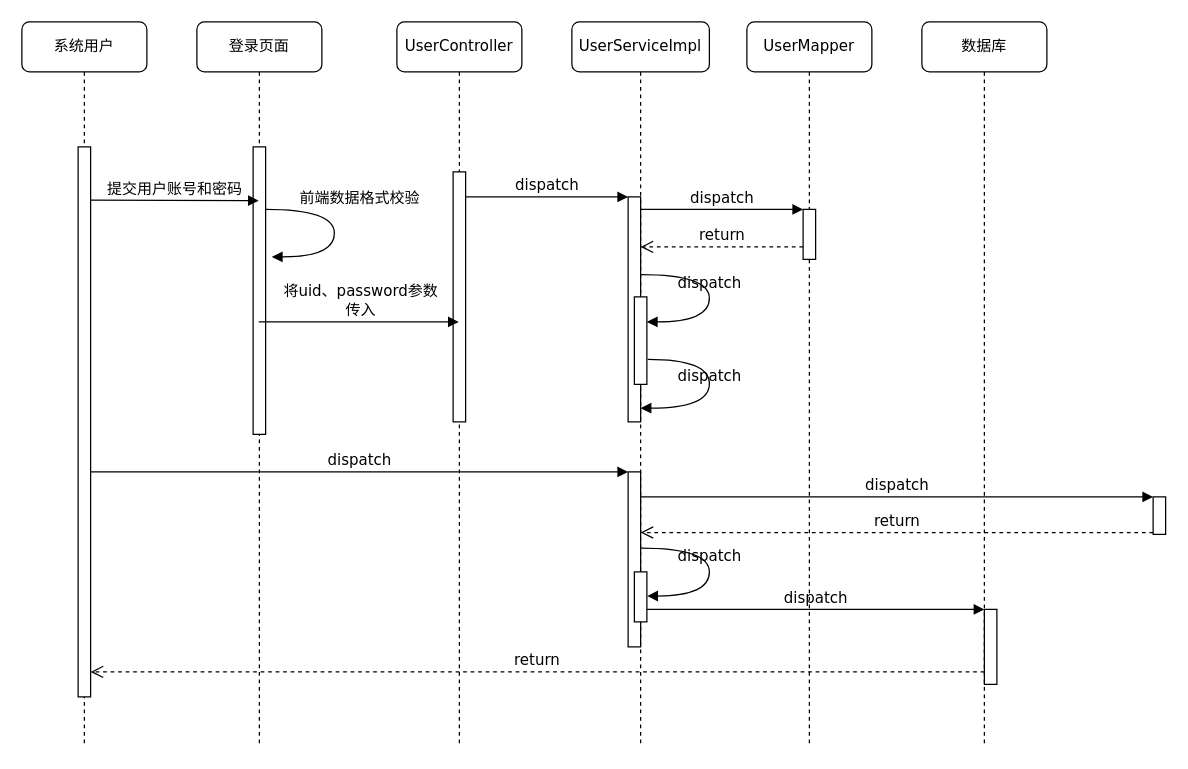
Above: 时序图.drawio in Gonod20s/Voice-Controlled-Robot (draw.io), before the change. Source tidied: cells renumbered, new cells numbered last; positions are measured from the earlier drawing's top-left corner, leaving out a move shared by most shapes. Both pictures are drawn from the tidied source at 125%, with x=0, y=0 at pixel (21, 21).
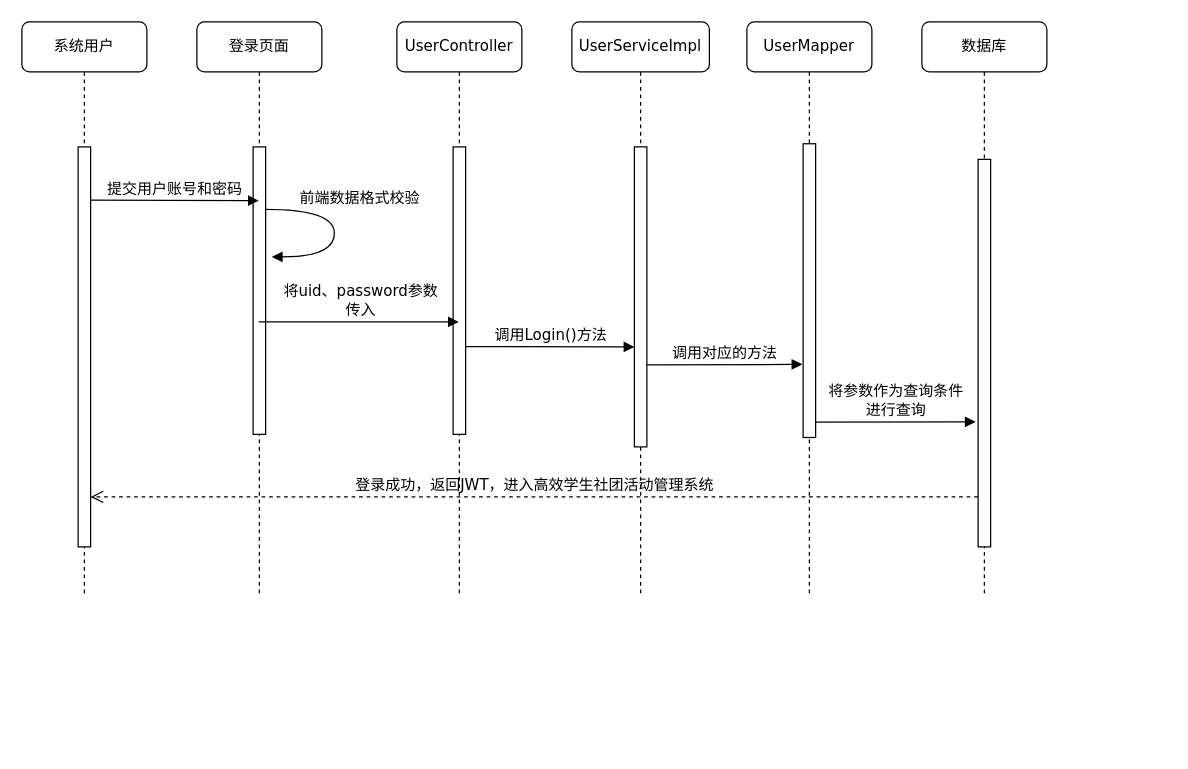
The same page after the edit.

Commit message:
更新时序图.drawio

Diff of the diagram source:
```diff
@@
     <mxCell id="2" value="登录页面" style="shape=umlLifeline;perimeter=lifelinePerimeter;whiteSpace=wrap;html=1;outlineConnect=0;rounded=1;shadow=0;comic=0;labelBackgroundColor=none;strokeWidth=1;fontFamily=Verdana;fontSize=12;align=center;" parent="1" vertex="1">
-      <mxGeometry x="140" width="100" height="580" as="geometry" />
+      <mxGeometry x="140" width="100" height="460" as="geometry" />
     </mxCell>
@@
     <mxCell id="6" value="UserController" style="shape=umlLifeline;perimeter=lifelinePerimeter;whiteSpace=wrap;html=1;outlineConnect=0;rounded=1;shadow=0;comic=0;labelBackgroundColor=none;strokeWidth=1;fontFamily=Verdana;fontSize=12;align=center;" parent="1" vertex="1">
-      <mxGeometry x="300" width="100" height="580" as="geometry" />
+      <mxGeometry x="300" width="100" height="460" as="geometry" />
     </mxCell>
     <mxCell id="7" style="html=1;points=[];perimeter=orthogonalPerimeter;rounded=0;shadow=0;comic=0;labelBackgroundColor=none;strokeWidth=1;fontFamily=Verdana;fontSize=12;align=center;" parent="6" vertex="1">
-      <mxGeometry x="45" y="120" width="10" height="200" as="geometry" />
+      <mxGeometry x="45" y="100" width="10" height="230" as="geometry" />
     </mxCell>
     <mxCell id="8" value="UserServiceImpl" style="shape=umlLifeline;perimeter=lifelinePerimeter;whiteSpace=wrap;html=1;rounded=1;shadow=0;comic=0;labelBackgroundColor=none;strokeWidth=1;fontFamily=Verdana;fontSize=12;align=center;" parent="1" vertex="1">
-      <mxGeometry x="440" width="110" height="580" as="geometry" />
+      <mxGeometry x="440" width="110" height="460" as="geometry" />
     </mxCell>
+    <mxCell id="13" style="html=1;points=[];perimeter=orthogonalPerimeter;rounded=0;shadow=0;comic=0;labelBackgroundColor=none;strokeWidth=1;fontFamily=Verdana;fontSize=12;align=center;" parent="8" vertex="1">
+      <mxGeometry x="50" y="100" width="10" height="240" as="geometry" />
+    </mxCell>
     <mxCell id="9" value="UserMapper" style="shape=umlLifeline;perimeter=lifelinePerimeter;whiteSpace=wrap;html=1;rounded=1;shadow=0;comic=0;labelBackgroundColor=none;strokeWidth=1;fontFamily=Verdana;fontSize=12;align=center;" parent="1" vertex="1">
-      <mxGeometry x="580" width="100" height="580" as="geometry" />
+      <mxGeometry x="580" width="100" height="460" as="geometry" />
     </mxCell>
+    <mxCell id="15" style="html=1;points=[];perimeter=orthogonalPerimeter;rounded=0;shadow=0;comic=0;labelBackgroundColor=none;strokeWidth=1;fontFamily=Verdana;fontSize=12;align=center;" parent="9" vertex="1">
+      <mxGeometry x="45" y="97.5" width="10" height="235" as="geometry" />
+    </mxCell>
     <mxCell id="10" value="数据库" style="shape=umlLifeline;perimeter=lifelinePerimeter;whiteSpace=wrap;html=1;rounded=1;shadow=0;comic=0;labelBackgroundColor=none;strokeWidth=1;fontFamily=Verdana;fontSize=12;align=center;" parent="1" vertex="1">
-      <mxGeometry x="720" width="100" height="580" as="geometry" />
+      <mxGeometry x="720" width="100" height="460" as="geometry" />
     </mxCell>
+    <mxCell id="32" value="将参数作为查询条件&lt;div&gt;进行查询&lt;/div&gt;" style="html=1;verticalAlign=bottom;endArrow=block;labelBackgroundColor=none;fontFamily=Verdana;fontSize=12;edgeStyle=elbowEdgeStyle;elbow=vertical;" parent="10" edge="1">
+      <mxGeometry relative="1" as="geometry">
+        <mxPoint x="-85" y="320.2" as="sourcePoint" />
+        <mxPoint x="43" y="320" as="targetPoint" />
+        <Array as="points">
+          <mxPoint x="-10" y="320" />
+        </Array>
+      </mxGeometry>
+    </mxCell>
+    <mxCell id="33" style="html=1;points=[];perimeter=orthogonalPerimeter;rounded=0;shadow=0;comic=0;labelBackgroundColor=none;strokeWidth=1;fontFamily=Verdana;fontSize=12;align=center;" parent="10" vertex="1">
+      <mxGeometry x="45" y="110" width="10" height="310" as="geometry" />
+    </mxCell>
     <mxCell id="11" value="系统用户" style="shape=umlLifeline;perimeter=lifelinePerimeter;whiteSpace=wrap;html=1;rounded=1;shadow=0;comic=0;labelBackgroundColor=none;strokeWidth=1;fontFamily=Verdana;fontSize=12;align=center;" parent="1" vertex="1">
-      <mxGeometry width="100" height="580" as="geometry" />
+      <mxGeometry width="100" height="460" as="geometry" />
     </mxCell>
     <mxCell id="12" style="html=1;points=[];perimeter=orthogonalPerimeter;rounded=0;shadow=0;comic=0;labelBackgroundColor=none;strokeWidth=1;fontFamily=Verdana;fontSize=12;align=center;" parent="11" vertex="1">
-      <mxGeometry x="45" y="100" width="10" height="440" as="geometry" />
+      <mxGeometry x="45" y="100" width="10" height="320" as="geometry" />
     </mxCell>
-    <mxCell id="13" style="html=1;points=[];perimeter=orthogonalPerimeter;rounded=0;shadow=0;comic=0;labelBackgroundColor=none;strokeWidth=1;fontFamily=Verdana;fontSize=12;align=center;" parent="1" vertex="1">
-      <mxGeometry x="485" y="140" width="10" height="180" as="geometry" />
-    </mxCell>
+    <mxCell id="31" value="将uid、password参数&lt;div&gt;传入&lt;/div&gt;" style="html=1;verticalAlign=bottom;endArrow=block;labelBackgroundColor=none;fontFamily=Verdana;fontSize=12;edgeStyle=elbowEdgeStyle;elbow=vertical;" parent="1" edge="1" source="2" target="6">
+      <mxGeometry x="0.01" relative="1" as="geometry">
+        <Array as="points">
+          <mxPoint x="270" y="240" />
+        </Array>
+      </mxGeometry>
+    </mxCell>
-    <mxCell id="14" value="dispatch" style="html=1;verticalAlign=bottom;endArrow=block;labelBackgroundColor=none;fontFamily=Verdana;fontSize=12;edgeStyle=elbowEdgeStyle;elbow=vertical;" parent="1" edge="1" source="7" target="13">
+    <mxCell id="14" value="调用Login()方法" style="html=1;verticalAlign=bottom;endArrow=block;labelBackgroundColor=none;fontFamily=Verdana;fontSize=12;edgeStyle=elbowEdgeStyle;elbow=vertical;exitX=0.991;exitY=0.695;exitDx=0;exitDy=0;exitPerimeter=0;" parent="1" edge="1" source="7">
       <mxGeometry relative="1" as="geometry">
+        <mxPoint x="490" y="260" as="targetPoint" />
         <Array as="points">
-          <mxPoint x="360" y="140" />
+          <mxPoint x="430" y="260" />
         </Array>
       </mxGeometry>
     </mxCell>
-    <mxCell id="15" style="html=1;points=[];perimeter=orthogonalPerimeter;rounded=0;shadow=0;comic=0;labelBackgroundColor=none;strokeWidth=1;fontFamily=Verdana;fontSize=12;align=center;" parent="1" vertex="1">
-      <mxGeometry x="625" y="150" width="10" height="40" as="geometry" />
-    </mxCell>
-    <mxCell id="16" value="dispatch" style="html=1;verticalAlign=bottom;endArrow=block;entryX=0;entryY=0;labelBackgroundColor=none;fontFamily=Verdana;fontSize=12;edgeStyle=elbowEdgeStyle;elbow=vertical;" parent="1" edge="1" source="13" target="15">
+    <mxCell id="16" value="调用对应的方法" style="html=1;verticalAlign=bottom;endArrow=block;labelBackgroundColor=none;fontFamily=Verdana;fontSize=12;edgeStyle=elbowEdgeStyle;elbow=vertical;entryX=-0.067;entryY=0.751;entryDx=0;entryDy=0;entryPerimeter=0;exitX=0.972;exitY=0.727;exitDx=0;exitDy=0;exitPerimeter=0;" parent="1" edge="1" source="13" target="15">
       <mxGeometry relative="1" as="geometry" />
     </mxCell>
-    <mxCell id="17" value="return" style="html=1;verticalAlign=bottom;endArrow=open;dashed=1;endSize=8;labelBackgroundColor=none;fontFamily=Verdana;fontSize=12;edgeStyle=elbowEdgeStyle;elbow=vertical;" parent="1" edge="1" source="15" target="13">
-      <mxGeometry relative="1" as="geometry">
-        <Array as="points">
-          <mxPoint x="570" y="180" />
-          <mxPoint x="600" y="180" />
-        </Array>
-      </mxGeometry>
-    </mxCell>
-    <mxCell id="18" style="html=1;points=[];perimeter=orthogonalPerimeter;rounded=0;shadow=0;comic=0;labelBackgroundColor=none;strokeWidth=1;fontFamily=Verdana;fontSize=12;align=center;" parent="1" vertex="1">
-      <mxGeometry x="485" y="360" width="10" height="140" as="geometry" />
-    </mxCell>
-    <mxCell id="19" value="dispatch" style="html=1;verticalAlign=bottom;endArrow=block;entryX=0;entryY=0;labelBackgroundColor=none;fontFamily=Verdana;fontSize=12;" parent="1" edge="1" source="12" target="18">
-      <mxGeometry relative="1" as="geometry" />
-    </mxCell>
-    <mxCell id="20" style="html=1;points=[];perimeter=orthogonalPerimeter;rounded=0;shadow=0;comic=0;labelBackgroundColor=none;strokeColor=#000000;strokeWidth=1;fillColor=#FFFFFF;fontFamily=Verdana;fontSize=12;fontColor=#000000;align=center;" parent="1" vertex="1">
-      <mxGeometry x="905" y="380" width="10" height="30" as="geometry" />
-    </mxCell>
-    <mxCell id="21" value="dispatch" style="html=1;verticalAlign=bottom;endArrow=block;entryX=0;entryY=0;labelBackgroundColor=none;fontFamily=Verdana;fontSize=12;" parent="1" edge="1" source="18" target="20">
-      <mxGeometry relative="1" as="geometry" />
-    </mxCell>
-    <mxCell id="22" value="return" style="html=1;verticalAlign=bottom;endArrow=open;dashed=1;endSize=8;exitX=0;exitY=0.95;labelBackgroundColor=none;fontFamily=Verdana;fontSize=12;" parent="1" edge="1" source="20" target="18">
-      <mxGeometry relative="1" as="geometry" />
-    </mxCell>
-    <mxCell id="23" style="html=1;points=[];perimeter=orthogonalPerimeter;rounded=0;shadow=0;comic=0;labelBackgroundColor=none;strokeWidth=1;fontFamily=Verdana;fontSize=12;align=center;" parent="1" vertex="1">
-      <mxGeometry x="770" y="470" width="10" height="60" as="geometry" />
-    </mxCell>
-    <mxCell id="24" value="dispatch" style="html=1;verticalAlign=bottom;endArrow=block;entryX=0;entryY=0;labelBackgroundColor=none;fontFamily=Verdana;fontSize=12;edgeStyle=elbowEdgeStyle;elbow=vertical;" parent="1" edge="1" source="29" target="23">
-      <mxGeometry relative="1" as="geometry" />
-    </mxCell>
-    <mxCell id="25" value="return" style="html=1;verticalAlign=bottom;endArrow=open;dashed=1;endSize=8;labelBackgroundColor=none;fontFamily=Verdana;fontSize=12;edgeStyle=elbowEdgeStyle;elbow=vertical;" parent="1" edge="1" source="23" target="12">
-      <mxGeometry relative="1" as="geometry">
-        <Array as="points">
-          <mxPoint x="470" y="520" />
-        </Array>
-      </mxGeometry>
-    </mxCell>
-    <mxCell id="26" style="html=1;points=[];perimeter=orthogonalPerimeter;rounded=0;shadow=0;comic=0;labelBackgroundColor=none;strokeWidth=1;fontFamily=Verdana;fontSize=12;align=center;" parent="1" vertex="1">
-      <mxGeometry x="490" y="220" width="10" height="70" as="geometry" />
-    </mxCell>
-    <mxCell id="27" value="dispatch" style="html=1;verticalAlign=bottom;endArrow=block;labelBackgroundColor=none;fontFamily=Verdana;fontSize=12;elbow=vertical;edgeStyle=orthogonalEdgeStyle;curved=1;entryX=1;entryY=0.286;entryPerimeter=0;exitX=1.038;exitY=0.345;exitPerimeter=0;" parent="1" edge="1" source="13" target="26">
-      <mxGeometry relative="1" as="geometry">
-        <Array as="points">
-          <mxPoint x="550" y="202" />
-          <mxPoint x="550" y="240" />
-        </Array>
-      </mxGeometry>
-    </mxCell>
-    <mxCell id="28" value="dispatch" style="html=1;verticalAlign=bottom;endArrow=block;labelBackgroundColor=none;fontFamily=Verdana;fontSize=12;elbow=vertical;edgeStyle=orthogonalEdgeStyle;curved=1;exitX=1.066;exitY=0.713;exitPerimeter=0;" parent="1" edge="1" source="26">
-      <mxGeometry relative="1" as="geometry">
-        <mxPoint x="495" y="309" as="targetPoint" />
-        <Array as="points">
-          <mxPoint x="550" y="270" />
-          <mxPoint x="550" y="309" />
-        </Array>
-      </mxGeometry>
-    </mxCell>
-    <mxCell id="29" style="html=1;points=[];perimeter=orthogonalPerimeter;rounded=0;shadow=0;comic=0;labelBackgroundColor=none;strokeWidth=1;fontFamily=Verdana;fontSize=12;align=center;" parent="1" vertex="1">
-      <mxGeometry x="490" y="440" width="10" height="40" as="geometry" />
-    </mxCell>
-    <mxCell id="30" value="dispatch" style="html=1;verticalAlign=bottom;endArrow=block;labelBackgroundColor=none;fontFamily=Verdana;fontSize=12;elbow=vertical;edgeStyle=orthogonalEdgeStyle;curved=1;entryX=1;entryY=0.286;entryPerimeter=0;exitX=1.038;exitY=0.345;exitPerimeter=0;" parent="1" edge="1">
-      <mxGeometry relative="1" as="geometry">
-        <mxPoint x="495.3" y="421" as="sourcePoint" />
-        <mxPoint x="500.3" y="459.3" as="targetPoint" />
-        <Array as="points">
-          <mxPoint x="550" y="421" />
-          <mxPoint x="550" y="459" />
-        </Array>
-      </mxGeometry>
-    </mxCell>
-    <mxCell id="31" value="将uid、password参数&lt;div&gt;传入&lt;/div&gt;" style="html=1;verticalAlign=bottom;endArrow=block;labelBackgroundColor=none;fontFamily=Verdana;fontSize=12;edgeStyle=elbowEdgeStyle;elbow=vertical;" parent="1" edge="1" source="2" target="6">
-      <mxGeometry x="0.01" relative="1" as="geometry">
-        <Array as="points">
-          <mxPoint x="270" y="240" />
-        </Array>
-      </mxGeometry>
-    </mxCell>
+    <mxCell id="34" value="登录成功，返回JWT，进入高效学生社团活动管理系统" style="html=1;verticalAlign=bottom;endArrow=open;dashed=1;endSize=8;labelBackgroundColor=none;fontFamily=Verdana;fontSize=12;edgeStyle=elbowEdgeStyle;elbow=vertical;exitX=-0.023;exitY=0.871;exitDx=0;exitDy=0;exitPerimeter=0;" parent="1" edge="1" source="33">
+      <mxGeometry relative="1" as="geometry">
+        <mxPoint x="55" y="380" as="targetPoint" />
+        <Array as="points">
+          <mxPoint x="470" y="380" />
+        </Array>
+      </mxGeometry>
+    </mxCell>
```
